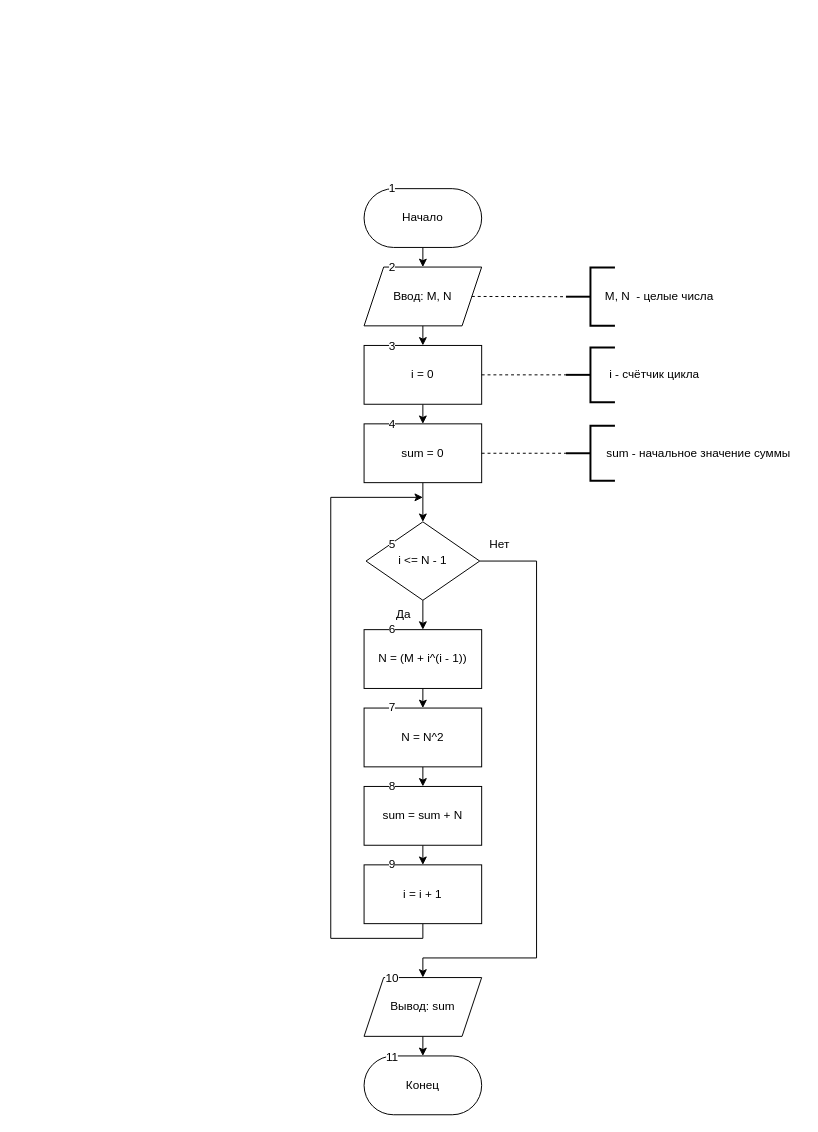
Before: page "вариант 2 задание 4" (2 of 7) of pr2 and pr3/pr2.drawio in DeFis33/pr, a draw.io diagram. Source tidied: cells renumbered, new cells numbered last; positions are measured from the earlier drawing's top-left corner, leaving out a move shared by most shapes. Both pictures are drawn from the tidied source at 98%, with x=0, y=0 at pixel (330, 173).
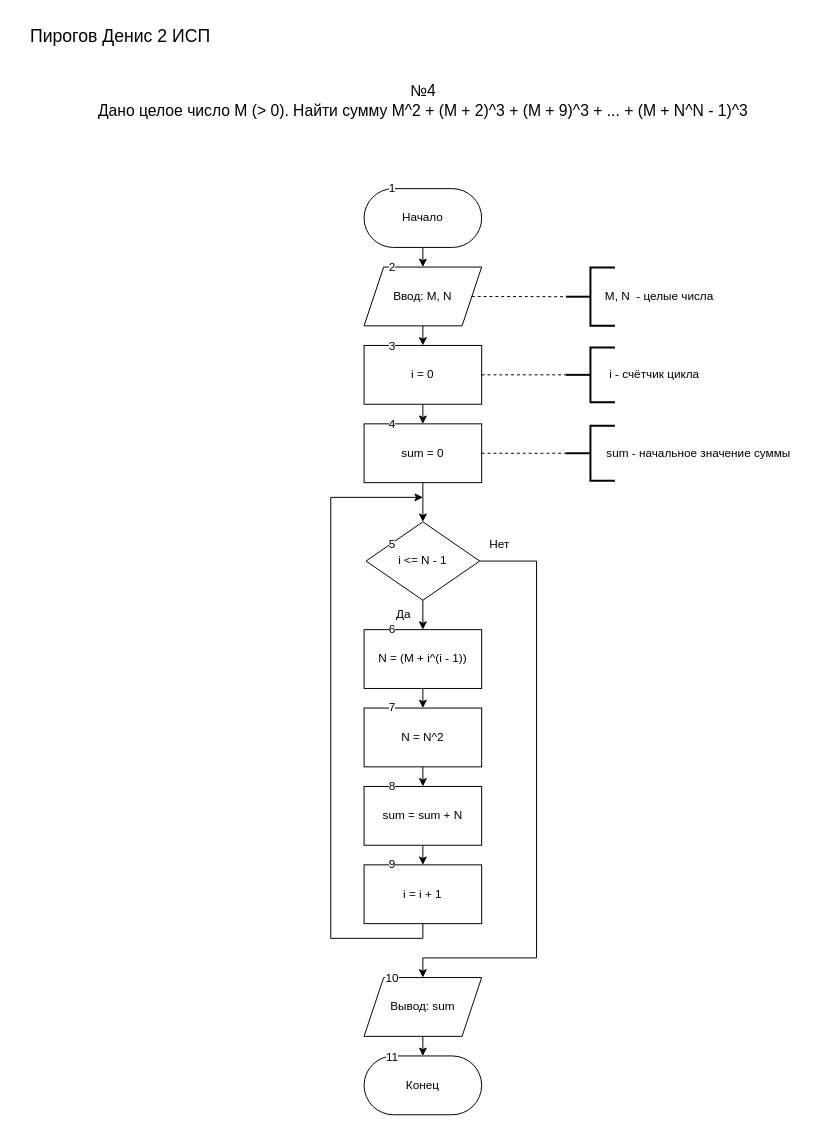
After the change.

What changed in the source:
```diff
@@
+    <mxCell id="46" value="&lt;font style=&quot;font-size: 18px;&quot;&gt;Пирогов Денис 2 ИСП&lt;/font&gt;" style="text;html=1;align=center;verticalAlign=middle;" parent="1" vertex="1">
+      <mxGeometry x="-320" y="-160" width="210" height="40" as="geometry" />
+    </mxCell>
+    <mxCell id="47" value="&lt;font style=&quot;font-size: 16px;&quot;&gt;№4&lt;/font&gt;&lt;div style=&quot;font-size: 16px;&quot;&gt;&lt;div style=&quot;&quot;&gt;&lt;font style=&quot;font-size: 16px;&quot;&gt;Дано целое число M (&amp;gt; 0). Найти сумму M^&lt;/font&gt;&lt;span style=&quot;background-color: initial;&quot;&gt;2&amp;nbsp;&lt;/span&gt;&lt;span style=&quot;background-color: initial;&quot;&gt;+ (M + 2)^3&amp;nbsp;&lt;/span&gt;&lt;span style=&quot;background-color: initial;&quot;&gt;+ (M + 9)^3&amp;nbsp;&lt;/span&gt;&lt;span style=&quot;background-color: initial;&quot;&gt;+ ... + (M + N^&lt;/span&gt;&lt;span style=&quot;background-color: initial;&quot;&gt;N - 1&lt;/span&gt;&lt;span style=&quot;background-color: initial;&quot;&gt;)&lt;/span&gt;&lt;span style=&quot;background-color: initial;&quot;&gt;^3&lt;/span&gt;&lt;/div&gt;&lt;/div&gt;" style="text;html=1;align=center;verticalAlign=middle;" parent="1" vertex="1">
+      <mxGeometry x="-251" y="-100" width="690" height="50" as="geometry" />
+    </mxCell>
```
